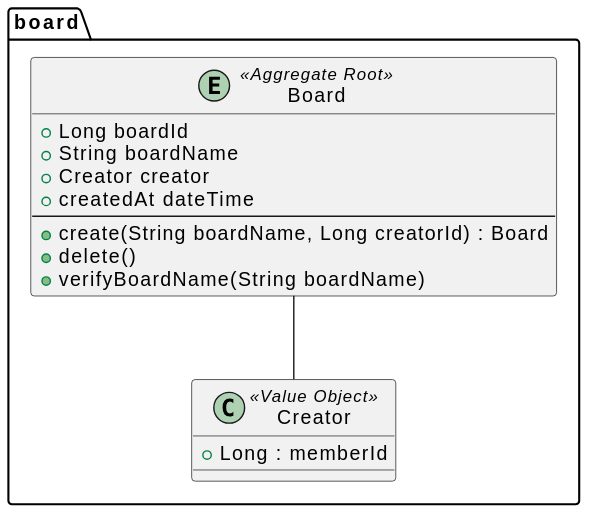
Above: document/puml/domain/boardcontext/boardAggregate/boardAggregate.svg in SimpleBoardTeam/server-hyunchang (PlantUML), before the change. The source it was exported from:
```plantuml
@startuml
package "board" {
    entity Board <<Aggregate Root>> {
        +Long boardId
        +String boardName
        +Creator creator
        +createdAt dateTime
        --
        +create(String boardName, Long creatorId) : Board
        +delete()
        +verifyBoardName(String boardName)
    }

    class Creator <<Value Object>> {
        +Long : memberId
     }

     Board -- Creator
}
@enduml
```
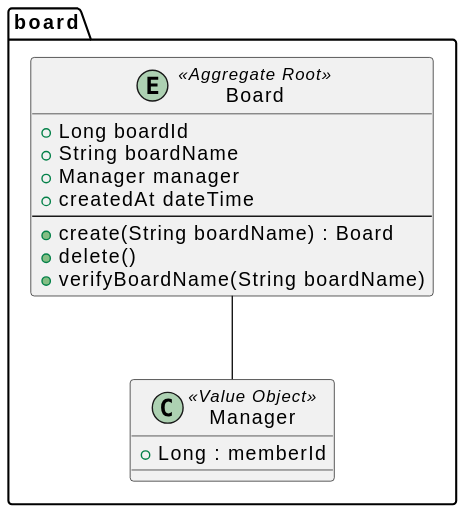
Later version of the same file.

What changed in the source:
```diff
@@ -3,18 +3,18 @@
     entity Board <<Aggregate Root>> {
         +Long boardId
         +String boardName
-        +Creator creator
+        +Manager manager
         +createdAt dateTime
         --
-        +create(String boardName, Long creatorId) : Board
+        +create(String boardName) : Board
         +delete()
         +verifyBoardName(String boardName)
     }
 
-    class Creator <<Value Object>> {
+    class Manager <<Value Object>> {
         +Long : memberId
      }
 
-     Board -- Creator
+     Board -- Manager
 }
 @enduml
```
